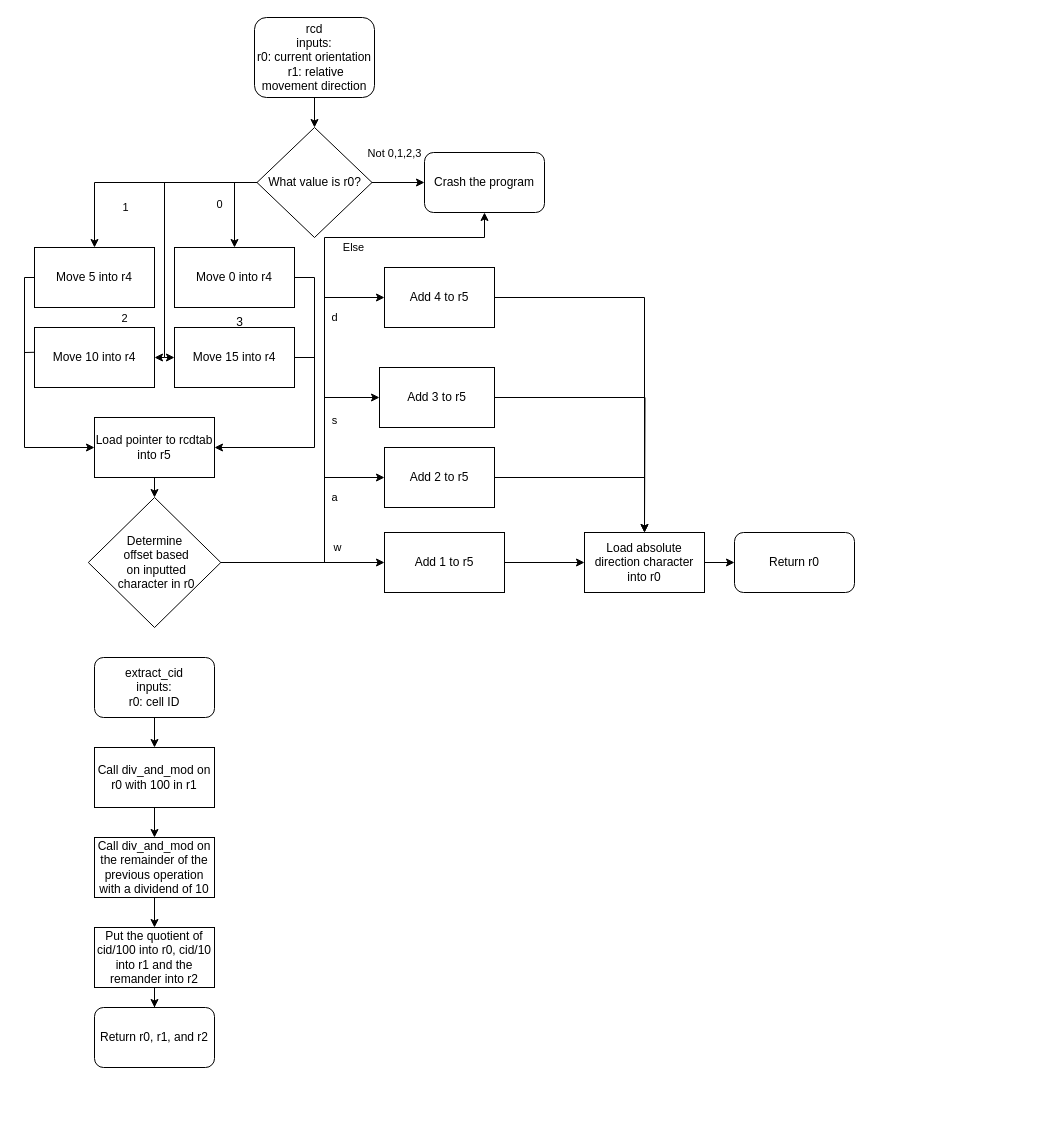
Above: lab_7_flowcharts.drawio in nfox18212/nfox18212.github.io (draw.io), before the change. Source tidied: cells renumbered, new cells numbered last; positions are measured from the earlier drawing's top-left corner, leaving out a move shared by most shapes. Both pictures are drawn from the tidied source at 100%, with x=0, y=0 at pixel (24, 17).
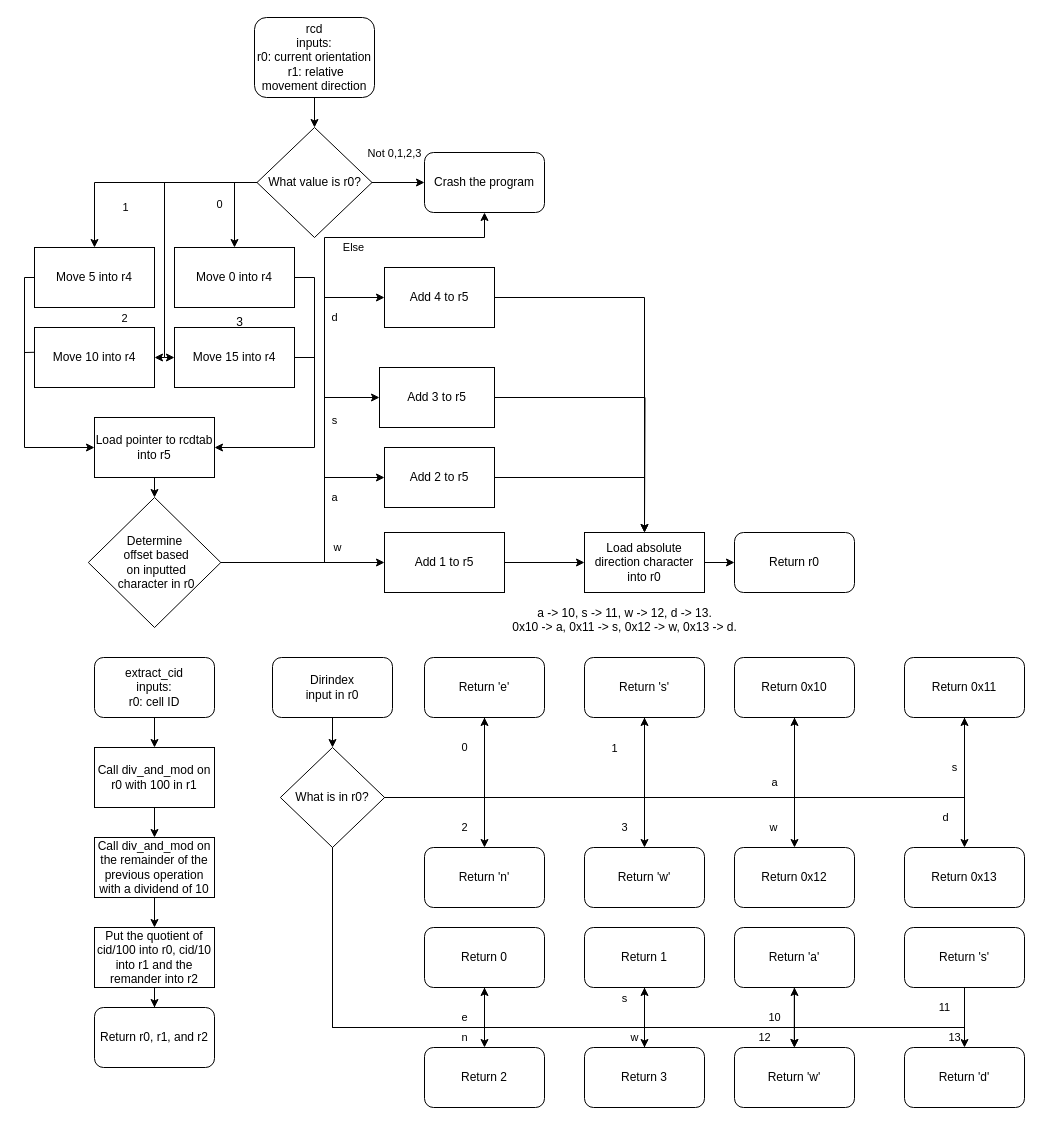
The same page after the edit.

Commit message:
Implemented Dirindex subroutine

The edit, as a diff of the source:
```diff
@@
+    <mxCell id="49" style="edgeStyle=orthogonalEdgeStyle;rounded=0;jettySize=auto;html=1;" parent="1" edge="1" source="50" target="54">
+      <mxGeometry relative="1" as="geometry" />
+    </mxCell>
+    <mxCell id="50" value="&lt;div&gt;Dirindex&lt;/div&gt;&lt;div&gt;input in r0&lt;br&gt;&lt;/div&gt;" style="rounded=1;whiteSpace=wrap;html=1;" parent="1" vertex="1">
+      <mxGeometry x="248" y="640" width="120" height="60" as="geometry" />
+    </mxCell>
+    <mxCell id="51" value="0" style="edgeStyle=orthogonalEdgeStyle;rounded=0;jettySize=auto;html=1;exitX=1;exitY=0.5;exitDx=0;exitDy=0;entryX=0.5;entryY=1;entryDx=0;entryDy=0;" parent="1" edge="1" source="54" target="55">
+      <mxGeometry x="0.67" y="20" relative="1" as="geometry">
+        <Array as="points">
+          <mxPoint x="460" y="780" />
+        </Array>
+      </mxGeometry>
+    </mxCell>
+    <mxCell id="52" value="s" style="edgeStyle=orthogonalEdgeStyle;rounded=0;jettySize=auto;html=1;exitX=0.5;exitY=1;exitDx=0;exitDy=0;entryX=0.5;entryY=1;entryDx=0;entryDy=0;" parent="1" edge="1" source="54" target="65">
+      <mxGeometry x="0.96" y="20" relative="1" as="geometry">
+        <Array as="points">
+          <mxPoint x="308" y="1010" />
+          <mxPoint x="620" y="1010" />
+        </Array>
+      </mxGeometry>
+    </mxCell>
+    <mxCell id="53" value="d" style="edgeStyle=orthogonalEdgeStyle;rounded=0;jettySize=auto;html=1;exitX=1;exitY=0.5;exitDx=0;exitDy=0;entryX=0.5;entryY=1;entryDx=0;entryDy=0;" parent="1" edge="1" source="54" target="75">
+      <mxGeometry x="0.7" y="-20" relative="1" as="geometry" />
+    </mxCell>
+    <mxCell id="54" value="What is in r0?" style="rhombus;whiteSpace=wrap;html=1;" parent="1" vertex="1">
+      <mxGeometry x="255.9" y="730" width="104.2" height="100" as="geometry" />
+    </mxCell>
+    <mxCell id="55" value="Return 'e'" style="rounded=1;whiteSpace=wrap;html=1;" parent="1" vertex="1">
+      <mxGeometry x="400" y="640" width="120" height="60" as="geometry" />
+    </mxCell>
+    <mxCell id="56" value="a -&amp;gt; 10, s -&amp;gt; 11, w -&amp;gt; 12, d -&amp;gt; 13.&lt;br&gt;0x10 -&amp;gt; a, 0x11 -&amp;gt; s, 0x12 -&amp;gt; w, 0x13 -&amp;gt; d.&lt;div&gt;&lt;br/&gt;&lt;/div&gt;" style="text;html=1;align=center;verticalAlign=middle;strokeColor=none;fillColor=none;" parent="1" vertex="1">
+      <mxGeometry x="475" y="580" width="250" height="60" as="geometry" />
+    </mxCell>
+    <mxCell id="57" value="1" style="edgeStyle=orthogonalEdgeStyle;rounded=0;jettySize=auto;html=1;exitX=1;exitY=0.5;exitDx=0;exitDy=0;entryX=0.5;entryY=1;entryDx=0;entryDy=0;" parent="1" edge="1" source="54" target="58">
+      <mxGeometry x="0.82" y="30" relative="1" as="geometry" />
+    </mxCell>
+    <mxCell id="58" value="Return 's'" style="rounded=1;whiteSpace=wrap;html=1;" parent="1" vertex="1">
+      <mxGeometry x="560" y="640" width="120" height="60" as="geometry" />
+    </mxCell>
+    <mxCell id="59" value="2" style="edgeStyle=orthogonalEdgeStyle;rounded=0;jettySize=auto;html=1;exitX=0.5;exitY=1;exitDx=0;exitDy=0;entryX=0.5;entryY=0;entryDx=0;entryDy=0;" parent="1" edge="1" source="55" target="60">
+      <mxGeometry x="0.69" y="-20" relative="1" as="geometry" />
+    </mxCell>
+    <mxCell id="60" value="Return 'n'" style="rounded=1;whiteSpace=wrap;html=1;" parent="1" vertex="1">
+      <mxGeometry x="400" y="830" width="120" height="60" as="geometry" />
+    </mxCell>
+    <mxCell id="61" value="3" style="edgeStyle=orthogonalEdgeStyle;rounded=0;jettySize=auto;html=1;exitX=0.5;exitY=1;exitDx=0;exitDy=0;entryX=0.5;entryY=0;entryDx=0;entryDy=0;" parent="1" edge="1" source="58" target="62">
+      <mxGeometry x="0.69" y="-20" relative="1" as="geometry" />
+    </mxCell>
+    <mxCell id="62" value="Return 'w'" style="rounded=1;whiteSpace=wrap;html=1;" parent="1" vertex="1">
+      <mxGeometry x="560" y="830" width="120" height="60" as="geometry" />
+    </mxCell>
+    <mxCell id="63" value="n" style="edgeStyle=orthogonalEdgeStyle;rounded=0;jettySize=auto;html=1;exitX=0.5;exitY=1;exitDx=0;exitDy=0;entryX=0.5;entryY=1;entryDx=0;entryDy=0;" parent="1" edge="1" source="54" target="64">
+      <mxGeometry x="0.68" y="-10" relative="1" as="geometry">
+        <Array as="points">
+          <mxPoint x="308" y="1010" />
+          <mxPoint x="460" y="1010" />
+        </Array>
+      </mxGeometry>
+    </mxCell>
+    <mxCell id="64" value="Return 0" style="rounded=1;whiteSpace=wrap;html=1;" parent="1" vertex="1">
+      <mxGeometry x="400" y="910" width="120" height="60" as="geometry" />
+    </mxCell>
+    <mxCell id="65" value="Return 1" style="rounded=1;whiteSpace=wrap;html=1;" parent="1" vertex="1">
+      <mxGeometry x="560" y="910" width="120" height="60" as="geometry" />
+    </mxCell>
+    <mxCell id="66" value="e" style="edgeStyle=orthogonalEdgeStyle;rounded=0;jettySize=auto;html=1;" parent="1" edge="1" source="64" target="67">
+      <mxGeometry y="-20" relative="1" as="geometry" />
+    </mxCell>
+    <mxCell id="67" value="Return 2" style="rounded=1;whiteSpace=wrap;html=1;" parent="1" vertex="1">
+      <mxGeometry x="400" y="1030" width="120" height="60" as="geometry" />
+    </mxCell>
+    <mxCell id="68" value="w" style="edgeStyle=orthogonalEdgeStyle;rounded=0;jettySize=auto;html=1;" parent="1" edge="1" source="65" target="69">
+      <mxGeometry x="0.67" y="-10" relative="1" as="geometry" />
+    </mxCell>
+    <mxCell id="69" value="Return 3" style="rounded=1;whiteSpace=wrap;html=1;" parent="1" vertex="1">
+      <mxGeometry x="560" y="1030" width="120" height="60" as="geometry" />
+    </mxCell>
+    <mxCell id="70" value="w" style="edgeStyle=orthogonalEdgeStyle;rounded=0;jettySize=auto;html=1;exitX=1;exitY=0.5;exitDx=0;exitDy=0;entryX=0.5;entryY=1;entryDx=0;entryDy=0;" parent="1" edge="1" source="54" target="72">
+      <mxGeometry x="0.59" y="-30" relative="1" as="geometry" />
+    </mxCell>
+    <mxCell id="71" value="a" style="edgeStyle=orthogonalEdgeStyle;rounded=0;jettySize=auto;html=1;exitX=0.5;exitY=1;exitDx=0;exitDy=0;entryX=0.5;entryY=0;entryDx=0;entryDy=0;" parent="1" edge="1" source="72" target="73">
+      <mxGeometry y="-20" relative="1" as="geometry" />
+    </mxCell>
+    <mxCell id="72" value="Return 0x10" style="rounded=1;whiteSpace=wrap;html=1;" parent="1" vertex="1">
+      <mxGeometry x="710" y="640" width="120" height="60" as="geometry" />
+    </mxCell>
+    <mxCell id="73" value="Return 0x12" style="rounded=1;whiteSpace=wrap;html=1;" parent="1" vertex="1">
+      <mxGeometry x="710" y="830" width="120" height="60" as="geometry" />
+    </mxCell>
+    <mxCell id="74" value="s" style="edgeStyle=orthogonalEdgeStyle;rounded=0;jettySize=auto;html=1;exitX=0.5;exitY=1;exitDx=0;exitDy=0;entryX=0.5;entryY=0;entryDx=0;entryDy=0;" parent="1" edge="1" source="75" target="76">
+      <mxGeometry x="-0.23" y="-10" relative="1" as="geometry" />
+    </mxCell>
+    <mxCell id="75" value="Return 0x11" style="rounded=1;whiteSpace=wrap;html=1;" parent="1" vertex="1">
+      <mxGeometry x="880" y="640" width="120" height="60" as="geometry" />
+    </mxCell>
+    <mxCell id="76" value="Return 0x13" style="rounded=1;whiteSpace=wrap;html=1;" parent="1" vertex="1">
+      <mxGeometry x="880" y="830" width="120" height="60" as="geometry" />
+    </mxCell>
+    <mxCell id="77" value="12" style="edgeStyle=orthogonalEdgeStyle;rounded=0;jettySize=auto;html=1;exitX=0.5;exitY=0;exitDx=0;exitDy=0;entryX=0.5;entryY=1;entryDx=0;entryDy=0;" parent="1" edge="1" source="69" target="78">
+      <mxGeometry x="0.33" y="-10" relative="1" as="geometry">
+        <Array as="points">
+          <mxPoint x="620" y="1010" />
+          <mxPoint x="770" y="1010" />
+        </Array>
+      </mxGeometry>
+    </mxCell>
+    <mxCell id="78" value="Return 'a'" style="rounded=1;whiteSpace=wrap;html=1;" parent="1" vertex="1">
+      <mxGeometry x="710" y="910" width="120" height="60" as="geometry" />
+    </mxCell>
+    <mxCell id="79" value="11" style="edgeStyle=orthogonalEdgeStyle;rounded=0;jettySize=auto;html=1;exitX=0.5;exitY=1;exitDx=0;exitDy=0;entryX=0.5;entryY=0;entryDx=0;entryDy=0;" parent="1" edge="1" source="80" target="82">
+      <mxGeometry x="-0.83" y="-20" relative="1" as="geometry">
+        <Array as="points">
+          <mxPoint x="940" y="1010" />
+          <mxPoint x="770" y="1010" />
+        </Array>
+      </mxGeometry>
+    </mxCell>
+    <mxCell id="80" value="Return 's'" style="rounded=1;whiteSpace=wrap;html=1;" parent="1" vertex="1">
+      <mxGeometry x="880" y="910" width="120" height="60" as="geometry" />
+    </mxCell>
+    <mxCell id="81" value="10" style="edgeStyle=orthogonalEdgeStyle;rounded=0;orthogonalLoop=1;jettySize=auto;html=1;" parent="1" edge="1">
+      <mxGeometry y="-20" relative="1" as="geometry">
+        <mxPoint x="769.8" y="970" as="sourcePoint" />
+        <mxPoint x="769.8" y="1030" as="targetPoint" />
+      </mxGeometry>
+    </mxCell>
+    <mxCell id="82" value="Return 'w'" style="rounded=1;whiteSpace=wrap;html=1;" parent="1" vertex="1">
+      <mxGeometry x="710" y="1030" width="120" height="60" as="geometry" />
+    </mxCell>
+    <mxCell id="83" value="13" style="edgeStyle=orthogonalEdgeStyle;rounded=0;jettySize=auto;html=1;" parent="1" edge="1" source="80" target="84">
+      <mxGeometry x="0.67" y="-10" relative="1" as="geometry">
+        <Array as="points">
+          <mxPoint x="940" y="1000" />
+          <mxPoint x="940" y="1000" />
+        </Array>
+      </mxGeometry>
+    </mxCell>
+    <mxCell id="84" value="Return 'd'" style="rounded=1;whiteSpace=wrap;html=1;" parent="1" vertex="1">
+      <mxGeometry x="880" y="1030" width="120" height="60" as="geometry" />
+    </mxCell>
```
